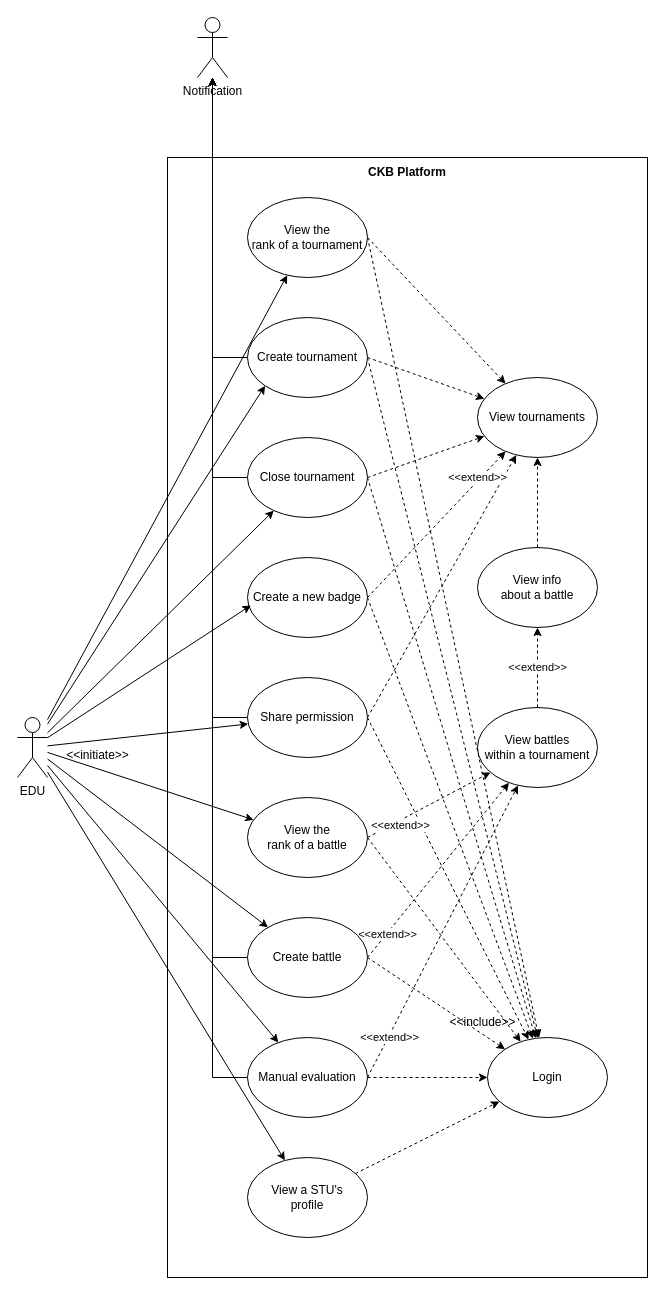
The draw.io diagram page "EDU" (2 of 3) of RASD/images/sequence_diagrams/use_case_diagrams.drawio in pontig/sw-eng-2-PasiniPontiggiaStasi, before the edit. Source tidied: cells renumbered, new cells numbered last; positions are measured from the earlier drawing's top-left corner, leaving out a move shared by most shapes. Both pictures are drawn from the tidied source at 100%, with x=0, y=0 at pixel (17, 17).
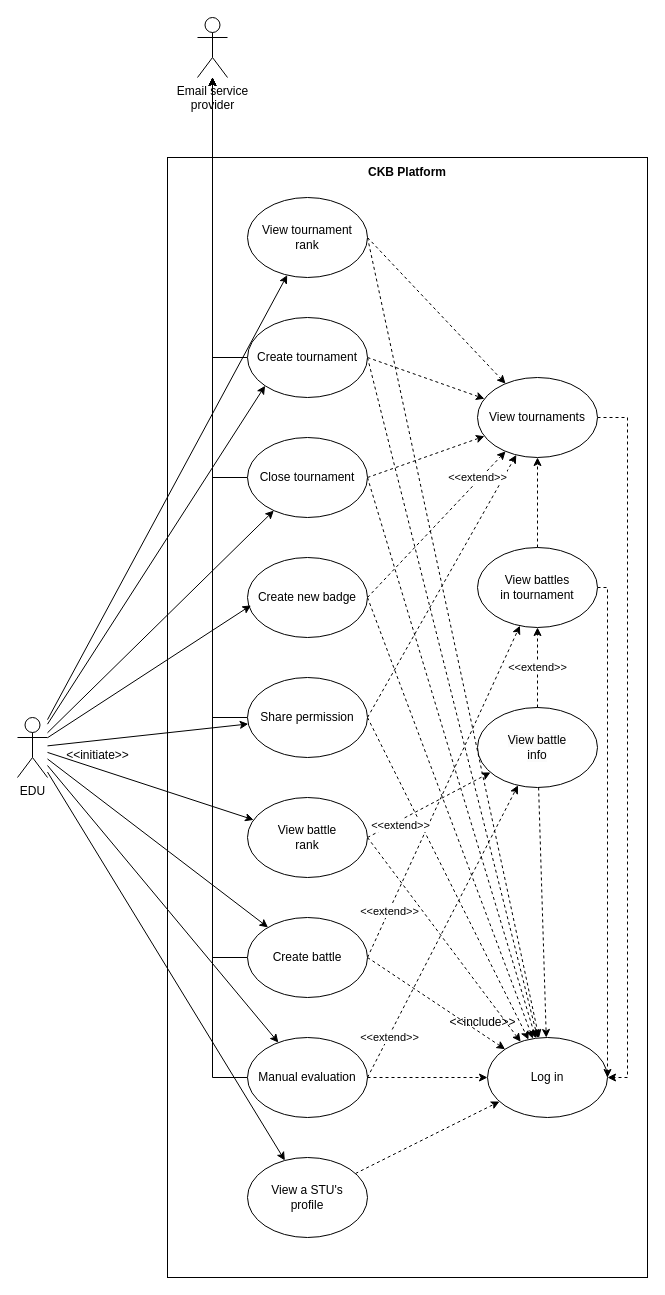
The same diagram, later.

Unchanged cells that the change refers to:
```xml
<mxCell id="10" value="Create battle" style="ellipse;whiteSpace=wrap;html=1;" parent="1" vertex="1">
  <mxGeometry x="230" y="900" width="120" height="80" as="geometry" />
</mxCell>
<mxCell id="26" value="View tournaments" style="ellipse;whiteSpace=wrap;html=1;" parent="1" vertex="1">
  <mxGeometry x="460" y="360" width="120" height="80" as="geometry" />
</mxCell>
```

What changed in the source:
```diff
@@
-    <mxCell id="8" value="&amp;lt;&amp;lt;extend&amp;gt;&amp;gt;" style="edgeStyle=none;rounded=0;jettySize=auto;html=1;exitX=1;exitY=0.5;exitDx=0;exitDy=0;dashed=1;" parent="1" edge="1" source="10" target="28">
+    <mxCell id="8" value="&amp;lt;&amp;lt;extend&amp;gt;&amp;gt;" style="edgeStyle=none;rounded=0;jettySize=auto;html=1;exitX=1;exitY=0.5;exitDx=0;exitDy=0;dashed=1;" parent="1" edge="1" source="10" target="53">
       <mxGeometry x="-0.72" y="-1" relative="1" as="geometry" />
     </mxCell>
@@
-    <mxCell id="24" value="Create a new badge" style="ellipse;whiteSpace=wrap;html=1;" parent="1" vertex="1">
+    <mxCell id="24" value="Create new badge" style="ellipse;whiteSpace=wrap;html=1;" parent="1" vertex="1">
       <mxGeometry x="230" y="540" width="120" height="80" as="geometry" />
     </mxCell>
-    <mxCell id="25" value="Login" style="ellipse;whiteSpace=wrap;html=1;" parent="1" vertex="1">
+    <mxCell id="25" value="Log in" style="ellipse;whiteSpace=wrap;html=1;" parent="1" vertex="1">
       <mxGeometry x="470" y="1020" width="120" height="80" as="geometry" />
     </mxCell>
+    <mxCell id="54" style="edgeStyle=elbowEdgeStyle;rounded=0;jettySize=auto;html=1;dashed=1;" parent="1" edge="1" source="26" target="25">
+      <mxGeometry relative="1" as="geometry">
+        <Array as="points">
+          <mxPoint x="610" y="730" />
+        </Array>
+      </mxGeometry>
+    </mxCell>
@@
+    <mxCell id="55" style="rounded=0;jettySize=auto;html=1;dashed=1;" parent="1" edge="1" source="28" target="25">
+      <mxGeometry relative="1" as="geometry" />
+    </mxCell>
-    <mxCell id="28" value="View battles&lt;br&gt;within a tournament" style="ellipse;whiteSpace=wrap;html=1;" parent="1" vertex="1">
+    <mxCell id="28" value="&lt;span style=&quot;color: rgb(0, 0, 0); font-family: Helvetica; font-size: 12px; font-style: normal; font-variant-ligatures: normal; font-variant-caps: normal; font-weight: 400; letter-spacing: normal; orphans: 2; text-align: center; text-indent: 0px; text-transform: none; widows: 2; word-spacing: 0px; -webkit-text-stroke-width: 0px; background-color: rgb(251, 251, 251); text-decoration-thickness: initial; text-decoration-style: initial; text-decoration-color: initial; float: none; display: inline !important;&quot;&gt;View battle&lt;/span&gt;&lt;br style=&quot;border-color: var(--border-color); color: rgb(0, 0, 0); font-family: Helvetica; font-size: 12px; font-style: normal; font-variant-ligatures: normal; font-variant-caps: normal; font-weight: 400; letter-spacing: normal; orphans: 2; text-align: center; text-indent: 0px; text-transform: none; widows: 2; word-spacing: 0px; -webkit-text-stroke-width: 0px; background-color: rgb(251, 251, 251); text-decoration-thickness: initial; text-decoration-style: initial; text-decoration-color: initial;&quot;&gt;&lt;span style=&quot;color: rgb(0, 0, 0); font-family: Helvetica; font-size: 12px; font-style: normal; font-variant-ligatures: normal; font-variant-caps: normal; font-weight: 400; letter-spacing: normal; orphans: 2; text-align: center; text-indent: 0px; text-transform: none; widows: 2; word-spacing: 0px; -webkit-text-stroke-width: 0px; background-color: rgb(251, 251, 251); text-decoration-thickness: initial; text-decoration-style: initial; text-decoration-color: initial; float: none; display: inline !important;&quot;&gt;info&lt;/span&gt;" style="ellipse;whiteSpace=wrap;html=1;" parent="1" vertex="1">
       <mxGeometry x="460" y="690" width="120" height="80" as="geometry" />
     </mxCell>
@@
-    <mxCell id="41" value="Notification" style="shape=umlActor;verticalLabelPosition=bottom;verticalAlign=top;html=1;outlineConnect=0;" parent="1" vertex="1">
+    <mxCell id="41" value="Email service&lt;br&gt;provider" style="shape=umlActor;verticalLabelPosition=bottom;verticalAlign=top;html=1;outlineConnect=0;" parent="1" vertex="1">
       <mxGeometry x="180" width="30" height="60" as="geometry" />
     </mxCell>
@@
-    <mxCell id="45" value="View the&lt;br&gt;rank of a battle" style="ellipse;whiteSpace=wrap;html=1;" parent="1" vertex="1">
+    <mxCell id="45" value="View battle&lt;br&gt;rank" style="ellipse;whiteSpace=wrap;html=1;" parent="1" vertex="1">
       <mxGeometry x="230" y="780" width="120" height="80" as="geometry" />
     </mxCell>
@@
-    <mxCell id="48" value="View the&lt;br&gt;rank of a tournament" style="ellipse;whiteSpace=wrap;html=1;" parent="1" vertex="1">
+    <mxCell id="48" value="View tournament&lt;br&gt;rank" style="ellipse;whiteSpace=wrap;html=1;" parent="1" vertex="1">
       <mxGeometry x="230" y="180" width="120" height="80" as="geometry" />
     </mxCell>
@@
+    <mxCell id="56" style="edgeStyle=elbowEdgeStyle;rounded=0;jettySize=auto;html=1;dashed=1;" parent="1" edge="1" source="53" target="25">
+      <mxGeometry relative="1" as="geometry">
+        <Array as="points">
+          <mxPoint x="590" y="810" />
+        </Array>
+      </mxGeometry>
+    </mxCell>
-    <mxCell id="53" value="View info&lt;br&gt;about a battle" style="ellipse;whiteSpace=wrap;html=1;" parent="1" vertex="1">
+    <mxCell id="53" value="View battles&lt;br style=&quot;border-color: var(--border-color);&quot;&gt;in tournament" style="ellipse;whiteSpace=wrap;html=1;" parent="1" vertex="1">
       <mxGeometry x="460" y="530" width="120" height="80" as="geometry" />
     </mxCell>
```
